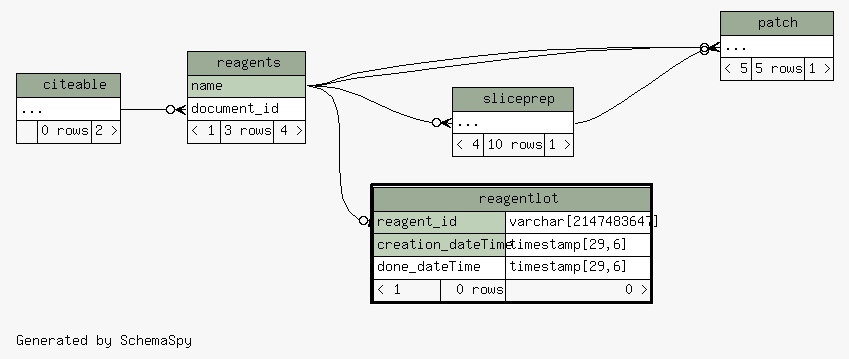
Earlier version of the Graphviz export database/ss/diagrams/reagentlot.2degrees.png (tgbugs/mlab). Its source is kept beside it as database/ss/diagrams/reagentlot.2degrees.dot. Its diagram source:
```dot
digraph "twoDegreesRelationshipsDiagram" {
  graph [
    rankdir="RL"
    bgcolor="#f7f7f7"
    label="\nGenerated by SchemaSpy"
    labeljust="l"
    nodesep="0.18"
    ranksep="0.46"
    fontname="Helvetica"
    fontsize="11"
  ];
  node [
    fontname="Helvetica"
    fontsize="11"
    shape="plaintext"
  ];
  edge [
    arrowsize="0.8"
  ];
  "patch":"elipses":w -> "reagents":"name":e [arrowhead=none dir=back arrowtail=crowodot];
  "patch":"elipses":w -> "reagents":"name":e [arrowhead=none dir=back arrowtail=crowodot];
  "patch":"elipses":w -> "sliceprep":"elipses":e [arrowhead=none dir=back arrowtail=crowodot];
  "reagentlot":"reagent_id":w -> "reagents":"name":e [arrowhead=none dir=back arrowtail=teeodot];
  "reagents":"document_id":w -> "citeable":"elipses":e [arrowhead=none dir=back arrowtail=crowodot];
  "sliceprep":"elipses":w -> "reagents":"name":e [arrowhead=none dir=back arrowtail=crowodot];
  "citeable" [
    label=<
    <TABLE BORDER="0" CELLBORDER="1" CELLSPACING="0" BGCOLOR="#ffffff">
      <TR><TD COLSPAN="3" BGCOLOR="#9bab96" ALIGN="CENTER">citeable</TD></TR>
      <TR><TD PORT="elipses" COLSPAN="3" ALIGN="LEFT">...</TD></TR>
      <TR><TD ALIGN="LEFT" BGCOLOR="#f7f7f7">  </TD><TD ALIGN="RIGHT" BGCOLOR="#f7f7f7">0 rows</TD><TD ALIGN="RIGHT" BGCOLOR="#f7f7f7">2 &gt;</TD></TR>
    </TABLE>>
    URL="citeable.html"
    tooltip="citeable"
  ];
  "patch" [
    label=<
    <TABLE BORDER="0" CELLBORDER="1" CELLSPACING="0" BGCOLOR="#ffffff">
      <TR><TD COLSPAN="3" BGCOLOR="#9bab96" ALIGN="CENTER">patch</TD></TR>
      <TR><TD PORT="elipses" COLSPAN="3" ALIGN="LEFT">...</TD></TR>
      <TR><TD ALIGN="LEFT" BGCOLOR="#f7f7f7">&lt; 5</TD><TD ALIGN="RIGHT" BGCOLOR="#f7f7f7">5 rows</TD><TD ALIGN="RIGHT" BGCOLOR="#f7f7f7">1 &gt;</TD></TR>
    </TABLE>>
    URL="patch.html"
    tooltip="patch"
  ];
  "reagentlot" [
    label=<
    <TABLE BORDER="2" CELLBORDER="1" CELLSPACING="0" BGCOLOR="#ffffff">
      <TR><TD COLSPAN="3" BGCOLOR="#9bab96" ALIGN="CENTER">reagentlot</TD></TR>
      <TR><TD PORT="reagent_id" COLSPAN="2" BGCOLOR="#bed1b8" ALIGN="LEFT">reagent_id</TD><TD PORT="reagent_id.type" ALIGN="LEFT">varchar[2147483647]</TD></TR>
      <TR><TD PORT="creation_dateTime" COLSPAN="2" BGCOLOR="#bed1b8" ALIGN="LEFT">creation_dateTime</TD><TD PORT="creation_dateTime.type" ALIGN="LEFT">timestamp[29,6]</TD></TR>
      <TR><TD PORT="done_dateTime" COLSPAN="2" ALIGN="LEFT">done_dateTime</TD><TD PORT="done_dateTime.type" ALIGN="LEFT">timestamp[29,6]</TD></TR>
      <TR><TD ALIGN="LEFT" BGCOLOR="#f7f7f7">&lt; 1</TD><TD ALIGN="RIGHT" BGCOLOR="#f7f7f7">0 rows</TD><TD ALIGN="RIGHT" BGCOLOR="#f7f7f7">0 &gt;</TD></TR>
    </TABLE>>
    URL="reagentlot.html"
    tooltip="reagentlot"
  ];
  "reagents" [
    label=<
    <TABLE BORDER="0" CELLBORDER="1" CELLSPACING="0" BGCOLOR="#ffffff">
      <TR><TD COLSPAN="3" BGCOLOR="#9bab96" ALIGN="CENTER">reagents</TD></TR>
      <TR><TD PORT="name" COLSPAN="3" BGCOLOR="#bed1b8" ALIGN="LEFT">name</TD></TR>
      <TR><TD PORT="document_id" COLSPAN="3" ALIGN="LEFT">document_id</TD></TR>
      <TR><TD ALIGN="LEFT" BGCOLOR="#f7f7f7">&lt; 1</TD><TD ALIGN="RIGHT" BGCOLOR="#f7f7f7">3 rows</TD><TD ALIGN="RIGHT" BGCOLOR="#f7f7f7">4 &gt;</TD></TR>
    </TABLE>>
    URL="reagents.html"
    tooltip="reagents"
  ];
  "sliceprep" [
    label=<
    <TABLE BORDER="0" CELLBORDER="1" CELLSPACING="0" BGCOLOR="#ffffff">
      <TR><TD COLSPAN="3" BGCOLOR="#9bab96" ALIGN="CENTER">sliceprep</TD></TR>
      <TR><TD PORT="elipses" COLSPAN="3" ALIGN="LEFT">...</TD></TR>
      <TR><TD ALIGN="LEFT" BGCOLOR="#f7f7f7">&lt; 4</TD><TD ALIGN="RIGHT" BGCOLOR="#f7f7f7">10 rows</TD><TD ALIGN="RIGHT" BGCOLOR="#f7f7f7">1 &gt;</TD></TR>
    </TABLE>>
    URL="sliceprep.html"
    tooltip="sliceprep"
  ];
}
```
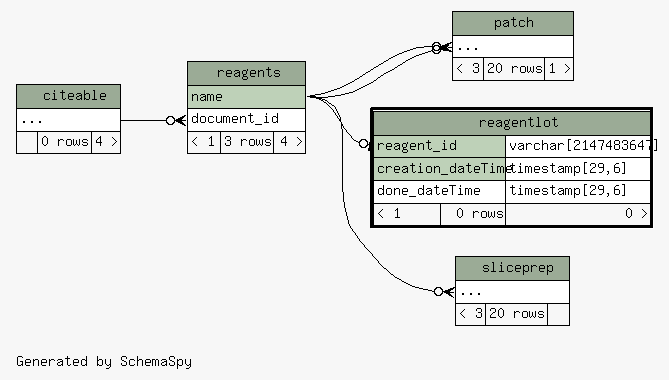
After the commit.

Diff of the diagram source:
```diff
@@ -19,7 +19,6 @@
   ];
   "patch":"elipses":w -> "reagents":"name":e [arrowhead=none dir=back arrowtail=crowodot];
   "patch":"elipses":w -> "reagents":"name":e [arrowhead=none dir=back arrowtail=crowodot];
-  "patch":"elipses":w -> "sliceprep":"elipses":e [arrowhead=none dir=back arrowtail=crowodot];
   "reagentlot":"reagent_id":w -> "reagents":"name":e [arrowhead=none dir=back arrowtail=teeodot];
   "reagents":"document_id":w -> "citeable":"elipses":e [arrowhead=none dir=back arrowtail=crowodot];
   "sliceprep":"elipses":w -> "reagents":"name":e [arrowhead=none dir=back arrowtail=crowodot];
@@ -28,7 +27,7 @@
     <TABLE BORDER="0" CELLBORDER="1" CELLSPACING="0" BGCOLOR="#ffffff">
       <TR><TD COLSPAN="3" BGCOLOR="#9bab96" ALIGN="CENTER">citeable</TD></TR>
       <TR><TD PORT="elipses" COLSPAN="3" ALIGN="LEFT">...</TD></TR>
-      <TR><TD ALIGN="LEFT" BGCOLOR="#f7f7f7">  </TD><TD ALIGN="RIGHT" BGCOLOR="#f7f7f7">0 rows</TD><TD ALIGN="RIGHT" BGCOLOR="#f7f7f7">2 &gt;</TD></TR>
+      <TR><TD ALIGN="LEFT" BGCOLOR="#f7f7f7">  </TD><TD ALIGN="RIGHT" BGCOLOR="#f7f7f7">0 rows</TD><TD ALIGN="RIGHT" BGCOLOR="#f7f7f7">4 &gt;</TD></TR>
     </TABLE>>
     URL="citeable.html"
     tooltip="citeable"
@@ -38,7 +37,7 @@
     <TABLE BORDER="0" CELLBORDER="1" CELLSPACING="0" BGCOLOR="#ffffff">
       <TR><TD COLSPAN="3" BGCOLOR="#9bab96" ALIGN="CENTER">patch</TD></TR>
       <TR><TD PORT="elipses" COLSPAN="3" ALIGN="LEFT">...</TD></TR>
-      <TR><TD ALIGN="LEFT" BGCOLOR="#f7f7f7">&lt; 5</TD><TD ALIGN="RIGHT" BGCOLOR="#f7f7f7">5 rows</TD><TD ALIGN="RIGHT" BGCOLOR="#f7f7f7">1 &gt;</TD></TR>
+      <TR><TD ALIGN="LEFT" BGCOLOR="#f7f7f7">&lt; 3</TD><TD ALIGN="RIGHT" BGCOLOR="#f7f7f7">20 rows</TD><TD ALIGN="RIGHT" BGCOLOR="#f7f7f7">1 &gt;</TD></TR>
     </TABLE>>
     URL="patch.html"
     tooltip="patch"
@@ -71,7 +70,7 @@
     <TABLE BORDER="0" CELLBORDER="1" CELLSPACING="0" BGCOLOR="#ffffff">
       <TR><TD COLSPAN="3" BGCOLOR="#9bab96" ALIGN="CENTER">sliceprep</TD></TR>
       <TR><TD PORT="elipses" COLSPAN="3" ALIGN="LEFT">...</TD></TR>
-      <TR><TD ALIGN="LEFT" BGCOLOR="#f7f7f7">&lt; 4</TD><TD ALIGN="RIGHT" BGCOLOR="#f7f7f7">10 rows</TD><TD ALIGN="RIGHT" BGCOLOR="#f7f7f7">1 &gt;</TD></TR>
+      <TR><TD ALIGN="LEFT" BGCOLOR="#f7f7f7">&lt; 3</TD><TD ALIGN="RIGHT" BGCOLOR="#f7f7f7">20 rows</TD><TD ALIGN="RIGHT" BGCOLOR="#f7f7f7">  </TD></TR>
     </TABLE>>
     URL="sliceprep.html"
     tooltip="sliceprep"
```
